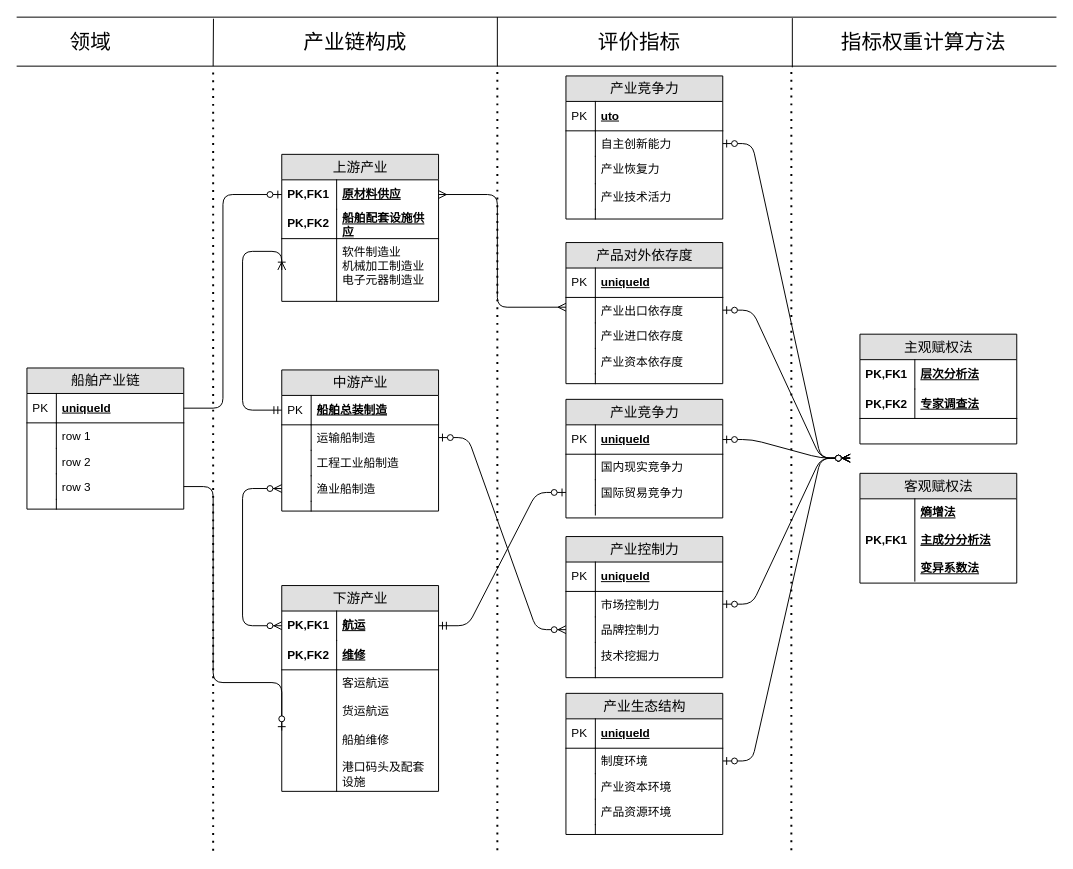
Earlier version of the draw.io diagram Untitled Diagram.drawio (powerless123/test). Source tidied: cells renumbered, new cells numbered last; positions are measured from the earlier drawing's top-left corner, leaving out a move shared by most shapes. Both pictures are drawn from the tidied source at 98%, with x=0, y=0 at pixel (17, 17).
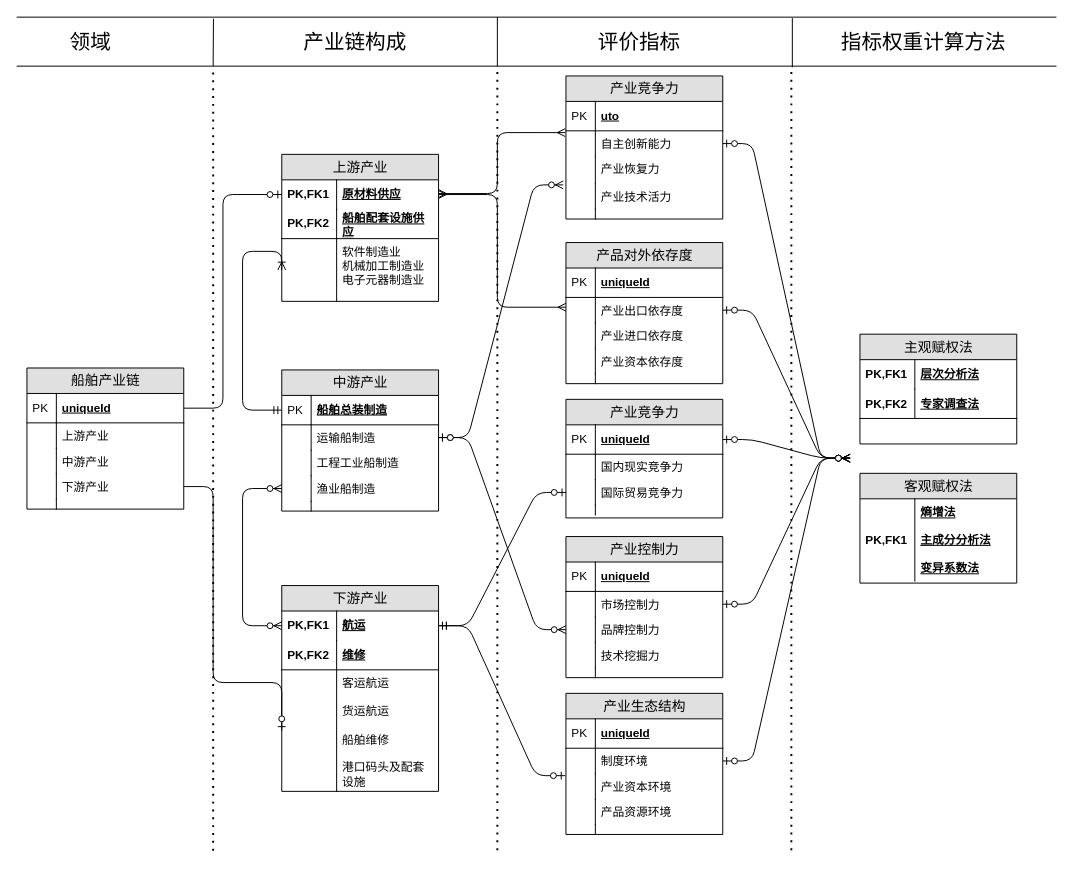
After the change.

The change refers to these unchanged cells:
```xml
<mxCell id="23" value="运输船制造" style="shape=partialRectangle;top=0;left=0;right=0;bottom=0;html=1;align=left;verticalAlign=top;fillColor=none;spacingLeft=34;spacingRight=4;whiteSpace=wrap;overflow=hidden;points=[[0,0.5],[1,0.5]];portConstraint=eastwest;" parent="20" vertex="1">
  <mxGeometry y="56" width="160" height="26" as="geometry" />
</mxCell>
<mxCell id="46" value="航运" style="shape=partialRectangle;top=0;left=0;right=0;bottom=0;html=1;align=left;verticalAlign=middle;fillColor=none;spacingLeft=60;spacingRight=4;whiteSpace=wrap;overflow=hidden;points=[[0,0.5],[1,0.5]];portConstraint=eastwest;fontStyle=5;" parent="45" vertex="1">
  <mxGeometry y="26" width="160" height="30" as="geometry" />
</mxCell>
<mxCell id="61" value="船舶产业链" style="swimlane;html=1;fontStyle=0;horizontal=1;startSize=26;fillColor=#e0e0e0;swimlaneFillColor=#ffffff;align=center;rounded=0;shadow=0;comic=0;labelBackgroundColor=none;strokeWidth=1;fontFamily=Verdana;fontSize=14;" parent="1" vertex="1">
  <mxGeometry x="10" y="358" width="160" height="144" as="geometry" />
</mxCell>
<mxCell id="90" value="产业资本环境" style="shape=partialRectangle;top=0;left=0;right=0;bottom=0;html=1;align=left;verticalAlign=top;fillColor=none;spacingLeft=34;spacingRight=4;whiteSpace=wrap;overflow=hidden;points=[[0,0.5],[1,0.5]];portConstraint=eastwest;" parent="85" vertex="1">
  <mxGeometry y="82" width="160" height="26" as="geometry" />
</mxCell>
<mxCell id="99" value="自主创新能力" style="shape=partialRectangle;top=0;left=0;right=0;bottom=0;html=1;align=left;verticalAlign=top;fillColor=none;spacingLeft=34;spacingRight=4;whiteSpace=wrap;overflow=hidden;points=[[0,0.5],[1,0.5]];portConstraint=eastwest;" parent="96" vertex="1">
  <mxGeometry y="56" width="160" height="26" as="geometry" />
</mxCell>
<mxCell id="101" value="产业恢复力" style="shape=partialRectangle;top=0;left=0;right=0;bottom=0;html=1;align=left;verticalAlign=top;fillColor=none;spacingLeft=34;spacingRight=4;whiteSpace=wrap;overflow=hidden;points=[[0,0.5],[1,0.5]];portConstraint=eastwest;" parent="96" vertex="1">
  <mxGeometry y="82" width="160" height="28" as="geometry" />
</mxCell>
```

The edit, as a diff of the source:
```diff
@@
-    <mxCell id="64" value="row 1" style="shape=partialRectangle;top=0;left=0;right=0;bottom=0;html=1;align=left;verticalAlign=top;fillColor=none;spacingLeft=34;spacingRight=4;whiteSpace=wrap;overflow=hidden;" parent="61" vertex="1">
+    <mxCell id="64" value="上游产业" style="shape=partialRectangle;top=0;left=0;right=0;bottom=0;html=1;align=left;verticalAlign=top;fillColor=none;spacingLeft=34;spacingRight=4;whiteSpace=wrap;overflow=hidden;" parent="61" vertex="1">
       <mxGeometry y="56" width="160" height="26" as="geometry" />
     </mxCell>
@@
-    <mxCell id="66" value="row 2" style="shape=partialRectangle;top=0;left=0;right=0;bottom=0;html=1;align=left;verticalAlign=top;fillColor=none;spacingLeft=34;spacingRight=4;whiteSpace=wrap;overflow=hidden;" parent="61" vertex="1">
+    <mxCell id="66" value="中游产业" style="shape=partialRectangle;top=0;left=0;right=0;bottom=0;html=1;align=left;verticalAlign=top;fillColor=none;spacingLeft=34;spacingRight=4;whiteSpace=wrap;overflow=hidden;" parent="61" vertex="1">
       <mxGeometry y="82" width="160" height="26" as="geometry" />
     </mxCell>
@@
-    <mxCell id="68" value="row 3" style="shape=partialRectangle;top=0;left=0;right=0;bottom=0;html=1;align=left;verticalAlign=top;fillColor=none;spacingLeft=34;spacingRight=4;whiteSpace=wrap;overflow=hidden;points=[[0,0.5],[1,0.5]];portConstraint=eastwest;" parent="61" vertex="1">
+    <mxCell id="68" value="下游产业" style="shape=partialRectangle;top=0;left=0;right=0;bottom=0;html=1;align=left;verticalAlign=top;fillColor=none;spacingLeft=34;spacingRight=4;whiteSpace=wrap;overflow=hidden;points=[[0,0.5],[1,0.5]];portConstraint=eastwest;" parent="61" vertex="1">
       <mxGeometry y="108" width="160" height="26" as="geometry" />
     </mxCell>
@@
+    <mxCell id="122" style="edgeStyle=orthogonalEdgeStyle;html=1;endArrow=ERmany;startArrow=ERmany;labelBackgroundColor=none;fontFamily=Verdana;fontSize=14;exitX=-0.005;exitY=0.07;exitDx=0;exitDy=0;exitPerimeter=0;" parent="1" edge="1" source="99">
+      <mxGeometry relative="1" as="geometry">
+        <mxPoint x="430" y="180" as="targetPoint" />
+        <Array as="points">
+          <mxPoint x="490" y="118" />
+          <mxPoint x="490" y="180" />
+        </Array>
+      </mxGeometry>
+    </mxCell>
+    <mxCell id="123" style="edgeStyle=entityRelationEdgeStyle;html=1;endArrow=ERzeroToMany;startArrow=ERzeroToOne;labelBackgroundColor=none;fontFamily=Verdana;fontSize=14;entryX=-0.017;entryY=1.041;exitX=1;exitY=0.5;exitDx=0;exitDy=0;entryDx=0;entryDy=0;entryPerimeter=0;" parent="1" edge="1" source="23" target="101">
+      <mxGeometry relative="1" as="geometry" />
+    </mxCell>
+    <mxCell id="124" style="edgeStyle=entityRelationEdgeStyle;html=1;endArrow=ERzeroToOne;startArrow=ERmandOne;labelBackgroundColor=none;fontFamily=Verdana;fontSize=14;exitX=1;exitY=0.5;entryX=-0.005;entryY=0.077;entryDx=0;entryDy=0;entryPerimeter=0;exitDx=0;exitDy=0;" parent="1" edge="1" source="46" target="90">
+      <mxGeometry relative="1" as="geometry" />
+    </mxCell>
```
